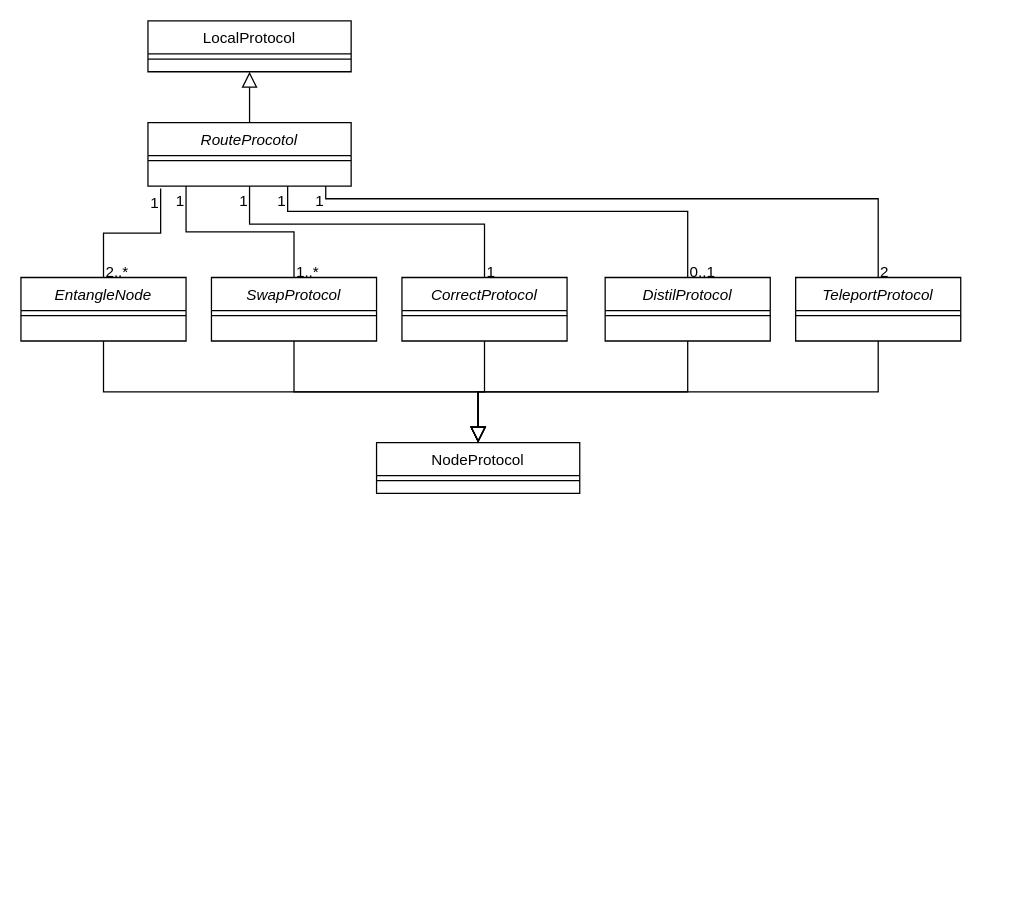
Before: Diagramas/Clase/Protocols.drawio in davidpcuvigo/quantumcity, a draw.io diagram. Source tidied: cells renumbered, new cells numbered last; positions are measured from the earlier drawing's top-left corner, leaving out a move shared by most shapes. Both pictures are drawn from the tidied source at 127%, with x=0, y=0 at pixel (20, 20).
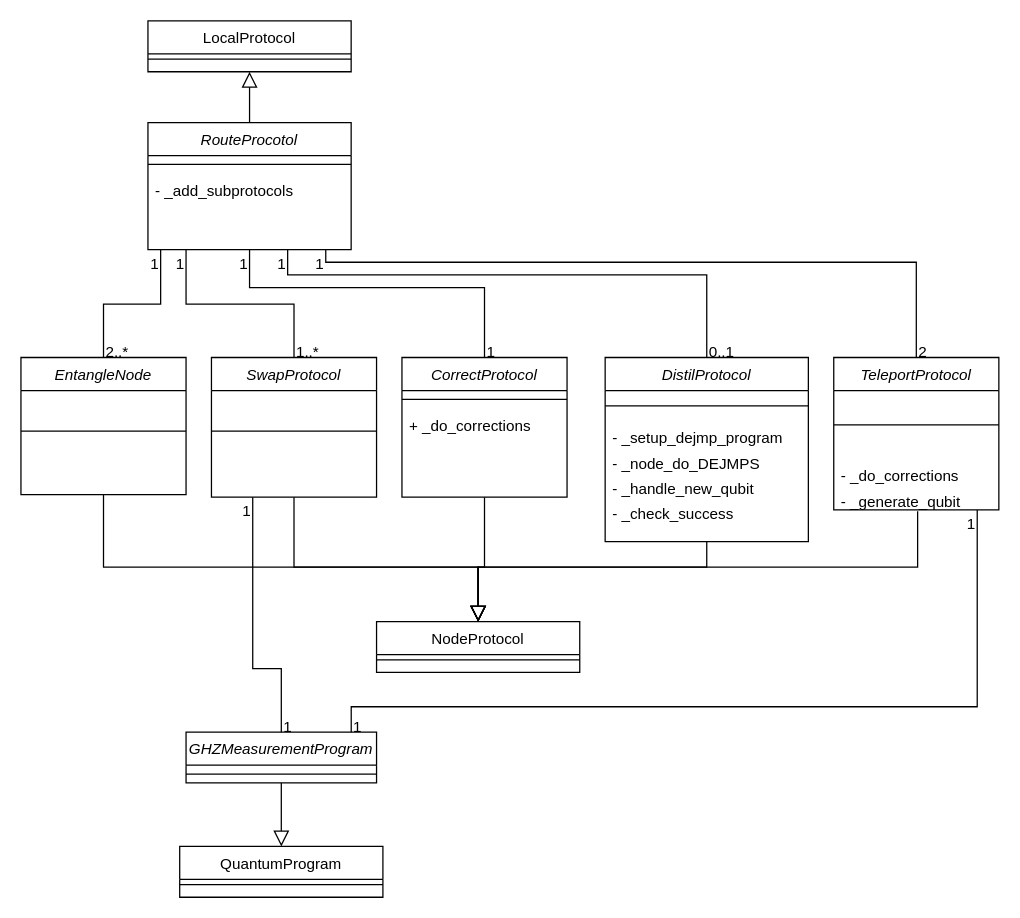
The same page after the edit.

Commit message (it also covers changes not shown here):
Diagramas de clase

Diff of the diagram source:
```diff
@@
     <mxCell id="2" value="RouteProcotol" style="swimlane;fontStyle=2;align=center;verticalAlign=top;horizontal=1;startSize=26;rounded=0;shadow=0;strokeWidth=1;" parent="1" vertex="1">
-      <mxGeometry x="100" y="80" width="160" height="50" as="geometry" />
+      <mxGeometry x="100" y="80" width="160" height="100" as="geometry" />
     </mxCell>
     <mxCell id="3" style="line;html=1;strokeWidth=1;align=left;verticalAlign=middle;spacingTop=-1;spacingLeft=3;spacingRight=3;labelPosition=right;" parent="2" vertex="1">
-      <mxGeometry y="26" width="160" height="8" as="geometry" />
+      <mxGeometry y="26" width="160" height="14" as="geometry" />
     </mxCell>
+    <mxCell id="39" value="- _add_subprotocols" style="text;align=left;verticalAlign=top;spacingLeft=4;spacingRight=4;overflow=hidden;" parent="2" vertex="1">
+      <mxGeometry y="40" width="160" height="20" as="geometry" />
+    </mxCell>
@@
     <mxCell id="6" value="NodeProtocol" style="swimlane;fontStyle=0;align=center;verticalAlign=top;horizontal=1;startSize=26;rounded=0;shadow=0;strokeWidth=1;" parent="1" vertex="1">
-      <mxGeometry x="280" y="332" width="160" height="40" as="geometry" />
+      <mxGeometry x="280" y="473" width="160" height="40" as="geometry" />
     </mxCell>
@@
     <mxCell id="8" value="EntangleNode" style="swimlane;fontStyle=2;align=center;verticalAlign=top;horizontal=1;startSize=26;rounded=0;shadow=0;strokeWidth=1;" parent="1" vertex="1">
-      <mxGeometry y="202" width="130" height="50" as="geometry" />
+      <mxGeometry y="265" width="130" height="108" as="geometry" />
     </mxCell>
     <mxCell id="9" style="line;html=1;strokeWidth=1;align=left;verticalAlign=middle;spacingTop=-1;spacingLeft=3;spacingRight=3;labelPosition=right;" parent="8" vertex="1">
-      <mxGeometry y="26" width="130" height="8" as="geometry" />
+      <mxGeometry y="26" width="130" height="64" as="geometry" />
     </mxCell>
     <mxCell id="10" value="SwapProtocol" style="swimlane;fontStyle=2;align=center;verticalAlign=top;horizontal=1;startSize=26;rounded=0;shadow=0;strokeWidth=1;" parent="1" vertex="1">
-      <mxGeometry x="150" y="202" width="130" height="50" as="geometry" />
+      <mxGeometry x="150" y="265" width="130" height="110" as="geometry" />
     </mxCell>
     <mxCell id="11" style="line;html=1;strokeWidth=1;align=left;verticalAlign=middle;spacingTop=-1;spacingLeft=3;spacingRight=3;labelPosition=right;" parent="10" vertex="1">
-      <mxGeometry y="26" width="130" height="8" as="geometry" />
+      <mxGeometry y="26" width="130" height="64" as="geometry" />
     </mxCell>
     <mxCell id="12" value="CorrectProtocol" style="swimlane;fontStyle=2;align=center;verticalAlign=top;horizontal=1;startSize=26;rounded=0;shadow=0;strokeWidth=1;" parent="1" vertex="1">
-      <mxGeometry x="300" y="202" width="130" height="50" as="geometry" />
+      <mxGeometry x="300" y="265" width="130" height="110" as="geometry" />
     </mxCell>
     <mxCell id="13" style="line;html=1;strokeWidth=1;align=left;verticalAlign=middle;spacingTop=-1;spacingLeft=3;spacingRight=3;labelPosition=right;" parent="12" vertex="1">
-      <mxGeometry y="26" width="130" height="8" as="geometry" />
+      <mxGeometry y="26" width="130" height="14" as="geometry" />
     </mxCell>
+    <mxCell id="40" value="+ _do_corrections" style="text;align=left;verticalAlign=top;spacingLeft=4;spacingRight=4;overflow=hidden;" parent="12" vertex="1">
+      <mxGeometry y="40" width="130" height="20" as="geometry" />
+    </mxCell>
     <mxCell id="14" value="DistilProtocol" style="swimlane;fontStyle=2;align=center;verticalAlign=top;horizontal=1;startSize=26;rounded=0;shadow=0;strokeWidth=1;" parent="1" vertex="1">
-      <mxGeometry x="460" y="202" width="130" height="50" as="geometry" />
+      <mxGeometry x="460" y="265" width="160" height="145" as="geometry" />
     </mxCell>
     <mxCell id="15" style="line;html=1;strokeWidth=1;align=left;verticalAlign=middle;spacingTop=-1;spacingLeft=3;spacingRight=3;labelPosition=right;" parent="14" vertex="1">
-      <mxGeometry y="26" width="130" height="8" as="geometry" />
+      <mxGeometry y="26" width="160" height="24" as="geometry" />
     </mxCell>
+    <mxCell id="41" value="- _setup_dejmp_program" style="text;align=left;verticalAlign=top;spacingLeft=4;spacingRight=4;overflow=hidden;" parent="14" vertex="1">
+      <mxGeometry y="50" width="160" height="20" as="geometry" />
+    </mxCell>
+    <mxCell id="42" value="- _node_do_DEJMPS" style="text;align=left;verticalAlign=top;spacingLeft=4;spacingRight=4;overflow=hidden;" parent="14" vertex="1">
+      <mxGeometry y="70" width="160" height="20" as="geometry" />
+    </mxCell>
+    <mxCell id="43" value="- _handle_new_qubit" style="text;align=left;verticalAlign=top;spacingLeft=4;spacingRight=4;overflow=hidden;" parent="14" vertex="1">
+      <mxGeometry y="90" width="160" height="20" as="geometry" />
+    </mxCell>
+    <mxCell id="44" value="- _check_success" style="text;align=left;verticalAlign=top;spacingLeft=4;spacingRight=4;overflow=hidden;" parent="14" vertex="1">
+      <mxGeometry y="110" width="160" height="20" as="geometry" />
+    </mxCell>
     <mxCell id="16" value="TeleportProtocol" style="swimlane;fontStyle=2;align=center;verticalAlign=top;horizontal=1;startSize=26;rounded=0;shadow=0;strokeWidth=1;" parent="1" vertex="1">
-      <mxGeometry x="610" y="202" width="130" height="50" as="geometry" />
+      <mxGeometry x="640" y="265" width="130" height="120" as="geometry" />
     </mxCell>
     <mxCell id="17" style="line;html=1;strokeWidth=1;align=left;verticalAlign=middle;spacingTop=-1;spacingLeft=3;spacingRight=3;labelPosition=right;" parent="16" vertex="1">
-      <mxGeometry y="26" width="130" height="8" as="geometry" />
+      <mxGeometry y="26" width="130" height="54" as="geometry" />
     </mxCell>
+    <mxCell id="45" value="- _do_corrections" style="text;align=left;verticalAlign=top;spacingLeft=4;spacingRight=4;overflow=hidden;" parent="16" vertex="1">
+      <mxGeometry y="80" width="130" height="20" as="geometry" />
+    </mxCell>
+    <mxCell id="46" value="- _generate_qubit" style="text;align=left;verticalAlign=top;spacingLeft=4;spacingRight=4;overflow=hidden;points=[[0,0.5],[1,0.5]];portConstraint=eastwest;" parent="16" vertex="1">
+      <mxGeometry y="100" width="130" height="20" as="geometry" />
+    </mxCell>
     <mxCell id="18" style="endArrow=block;endSize=10;endFill=0;shadow=0;strokeWidth=1;rounded=0;curved=0;edgeStyle=elbowEdgeStyle;elbow=vertical;exitX=0.5;exitY=1;exitDx=0;exitDy=0;entryX=0.5;entryY=0;entryDx=0;entryDy=0;" parent="1" edge="1" source="8" target="6">
       <mxGeometry relative="1" as="geometry">
         <Array as="points">
-          <mxPoint x="380" y="292" />
+          <mxPoint x="210" y="430" />
         </Array>
       </mxGeometry>
     </mxCell>
-    <mxCell id="19" style="endArrow=block;endSize=10;endFill=0;shadow=0;strokeWidth=1;rounded=0;curved=0;edgeStyle=elbowEdgeStyle;elbow=vertical;exitX=0.5;exitY=1;exitDx=0;exitDy=0;" parent="1" edge="1" source="10">
-      <mxGeometry relative="1" as="geometry">
-        <mxPoint x="360" y="332" as="targetPoint" />
-        <Array as="points">
-          <mxPoint x="290" y="292" />
-        </Array>
-      </mxGeometry>
-    </mxCell>
-    <mxCell id="20" style="endArrow=block;endSize=10;endFill=0;shadow=0;strokeWidth=1;rounded=0;curved=0;edgeStyle=elbowEdgeStyle;elbow=vertical;exitX=0.5;exitY=1;exitDx=0;exitDy=0;entryX=0.5;entryY=0;entryDx=0;entryDy=0;" parent="1" edge="1" source="12" target="6">
-      <mxGeometry relative="1" as="geometry" />
-    </mxCell>
-    <mxCell id="21" style="endArrow=block;endSize=10;endFill=0;shadow=0;strokeWidth=1;rounded=0;curved=0;edgeStyle=elbowEdgeStyle;elbow=vertical;exitX=0.5;exitY=1;exitDx=0;exitDy=0;" parent="1" edge="1" source="14">
-      <mxGeometry relative="1" as="geometry">
-        <mxPoint x="360" y="332" as="targetPoint" />
-      </mxGeometry>
-    </mxCell>
-    <mxCell id="22" style="endArrow=block;endSize=10;endFill=0;shadow=0;strokeWidth=1;rounded=0;curved=0;edgeStyle=elbowEdgeStyle;elbow=vertical;exitX=0.5;exitY=1;exitDx=0;exitDy=0;" parent="1" edge="1" source="16">
-      <mxGeometry relative="1" as="geometry">
-        <mxPoint x="360" y="332" as="targetPoint" />
-      </mxGeometry>
-    </mxCell>
     <mxCell id="23" style="endArrow=none;shadow=0;strokeWidth=1;rounded=0;curved=0;endFill=0;edgeStyle=elbowEdgeStyle;elbow=vertical;exitX=0.5;exitY=0;exitDx=0;exitDy=0;" parent="1" edge="1" source="8">
       <mxGeometry x="0.5" y="41" relative="1" as="geometry">
-        <mxPoint x="110" y="132" as="targetPoint" />
+        <mxPoint x="110" y="180" as="targetPoint" />
         <mxPoint x="-40" y="32" as="offset" />
       </mxGeometry>
     </mxCell>
@@
     <mxCell id="27" style="endArrow=none;shadow=0;strokeWidth=1;rounded=0;curved=0;endFill=0;edgeStyle=elbowEdgeStyle;elbow=vertical;exitX=0.5;exitY=0;exitDx=0;exitDy=0;" parent="1" edge="1" source="10">
       <mxGeometry x="0.5" y="41" relative="1" as="geometry">
-        <mxPoint x="130" y="130" as="targetPoint" />
+        <mxPoint x="130" y="180" as="targetPoint" />
         <mxPoint x="-40" y="32" as="offset" />
       </mxGeometry>
     </mxCell>
@@
-    <mxCell id="30" style="endArrow=none;shadow=0;strokeWidth=1;rounded=0;curved=0;endFill=0;edgeStyle=elbowEdgeStyle;elbow=vertical;exitX=0.5;exitY=0;exitDx=0;exitDy=0;entryX=0.5;entryY=1;entryDx=0;entryDy=0;" parent="1" edge="1" source="12" target="2">
+    <mxCell id="30" style="endArrow=none;shadow=0;strokeWidth=1;rounded=0;curved=0;endFill=0;edgeStyle=elbowEdgeStyle;elbow=vertical;exitX=0.5;exitY=0;exitDx=0;exitDy=0;" parent="1" edge="1" source="12">
       <mxGeometry x="0.5" y="41" relative="1" as="geometry">
+        <mxPoint x="180" y="180" as="targetPoint" />
         <Array as="points">
-          <mxPoint x="290" y="160" />
+          <mxPoint x="280" y="210" />
         </Array>
         <mxPoint x="-40" y="32" as="offset" />
       </mxGeometry>
     </mxCell>
@@
     <mxCell id="33" style="endArrow=none;shadow=0;strokeWidth=1;rounded=0;curved=0;endFill=0;edgeStyle=elbowEdgeStyle;elbow=vertical;exitX=0.5;exitY=0;exitDx=0;exitDy=0;" parent="1" edge="1" source="14">
       <mxGeometry x="0.5" y="41" relative="1" as="geometry">
-        <mxPoint x="210" y="130" as="targetPoint" />
+        <mxPoint x="210" y="180" as="targetPoint" />
         <Array as="points">
-          <mxPoint x="380" y="150" />
+          <mxPoint x="370" y="200" />
         </Array>
         <mxPoint x="-40" y="32" as="offset" />
       </mxGeometry>
     </mxCell>
@@
     <mxCell id="36" style="endArrow=none;shadow=0;strokeWidth=1;rounded=0;curved=0;endFill=0;edgeStyle=elbowEdgeStyle;elbow=vertical;exitX=0.5;exitY=0;exitDx=0;exitDy=0;" parent="1" edge="1" source="16">
       <mxGeometry x="0.5" y="41" relative="1" as="geometry">
-        <mxPoint x="240" y="130" as="targetPoint" />
+        <mxPoint x="240" y="180" as="targetPoint" />
         <Array as="points">
-          <mxPoint x="470" y="140" />
+          <mxPoint x="700" y="190" />
         </Array>
         <mxPoint x="-40" y="32" as="offset" />
       </mxGeometry>
     </mxCell>
@@
+    <mxCell id="47" value="GHZMeasurementProgram" style="swimlane;fontStyle=2;align=center;verticalAlign=top;horizontal=1;startSize=26;rounded=0;shadow=0;strokeWidth=1;" parent="1" vertex="1">
+      <mxGeometry x="130" y="560" width="150" height="40" as="geometry" />
+    </mxCell>
+    <mxCell id="48" style="line;html=1;strokeWidth=1;align=left;verticalAlign=middle;spacingTop=-1;spacingLeft=3;spacingRight=3;labelPosition=right;" parent="47" vertex="1">
+      <mxGeometry y="26" width="150" height="14" as="geometry" />
+    </mxCell>
+    <mxCell id="49" style="endArrow=none;shadow=0;strokeWidth=1;rounded=0;curved=0;endFill=0;edgeStyle=elbowEdgeStyle;elbow=vertical;entryX=0.25;entryY=1;entryDx=0;entryDy=0;exitX=0.5;exitY=0;exitDx=0;exitDy=0;" parent="1" edge="1" source="47" target="10">
+      <mxGeometry x="0.5" y="41" relative="1" as="geometry">
+        <Array as="points">
+          <mxPoint x="140" y="510" />
+        </Array>
+        <mxPoint x="-40" y="32" as="offset" />
+      </mxGeometry>
+    </mxCell>
+    <mxCell id="50" value="1" style="align=left;verticalAlign=bottom;labelBackgroundColor=none;fontSize=12;" parent="49" vertex="1">
+      <mxGeometry x="-1" relative="1" as="geometry">
+        <mxPoint y="4" as="offset" />
+      </mxGeometry>
+    </mxCell>
+    <mxCell id="51" value="1" style="align=right;verticalAlign=bottom;labelBackgroundColor=none;fontSize=12;" parent="49" vertex="1">
+      <mxGeometry x="1" relative="1" as="geometry">
+        <mxPoint y="20" as="offset" />
+      </mxGeometry>
+    </mxCell>
+    <mxCell id="52" style="endArrow=none;shadow=0;strokeWidth=1;rounded=0;curved=0;endFill=0;edgeStyle=elbowEdgeStyle;elbow=vertical;entryX=0.869;entryY=1;entryDx=0;entryDy=0;exitX=0.867;exitY=0;exitDx=0;exitDy=0;entryPerimeter=0;exitPerimeter=0;" parent="1" edge="1" source="47" target="46">
+      <mxGeometry x="0.5" y="41" relative="1" as="geometry">
+        <Array as="points">
+          <mxPoint x="500" y="540" />
+        </Array>
+        <mxPoint x="-40" y="32" as="offset" />
+      </mxGeometry>
+    </mxCell>
+    <mxCell id="53" value="1" style="align=left;verticalAlign=bottom;labelBackgroundColor=none;fontSize=12;" parent="52" vertex="1">
+      <mxGeometry x="-1" relative="1" as="geometry">
+        <mxPoint y="4" as="offset" />
+      </mxGeometry>
+    </mxCell>
+    <mxCell id="54" value="1" style="align=right;verticalAlign=bottom;labelBackgroundColor=none;fontSize=12;" parent="52" vertex="1">
+      <mxGeometry x="1" relative="1" as="geometry">
+        <mxPoint y="20" as="offset" />
+      </mxGeometry>
+    </mxCell>
+    <mxCell id="20" style="endArrow=block;endSize=10;endFill=0;shadow=0;strokeWidth=1;rounded=0;curved=0;edgeStyle=elbowEdgeStyle;elbow=vertical;exitX=0.5;exitY=1;exitDx=0;exitDy=0;entryX=0.5;entryY=0;entryDx=0;entryDy=0;" parent="1" edge="1" source="12" target="6">
+      <mxGeometry relative="1" as="geometry">
+        <Array as="points">
+          <mxPoint x="350" y="430" />
+        </Array>
+      </mxGeometry>
+    </mxCell>
+    <mxCell id="55" style="endArrow=block;endSize=10;endFill=0;shadow=0;strokeWidth=1;rounded=0;curved=0;edgeStyle=elbowEdgeStyle;elbow=vertical;exitX=0.5;exitY=1;exitDx=0;exitDy=0;entryX=0.5;entryY=0;entryDx=0;entryDy=0;" parent="1" edge="1" source="14" target="6">
+      <mxGeometry relative="1" as="geometry">
+        <Array as="points">
+          <mxPoint x="360" y="430" />
+        </Array>
+      </mxGeometry>
+    </mxCell>
+    <mxCell id="56" style="endArrow=block;endSize=10;endFill=0;shadow=0;strokeWidth=1;rounded=0;curved=0;edgeStyle=elbowEdgeStyle;elbow=vertical;exitX=0.5;exitY=1;exitDx=0;exitDy=0;entryX=0.5;entryY=0;entryDx=0;entryDy=0;" parent="1" edge="1" source="10" target="6">
+      <mxGeometry relative="1" as="geometry">
+        <Array as="points">
+          <mxPoint x="290" y="430" />
+        </Array>
+      </mxGeometry>
+    </mxCell>
+    <mxCell id="57" style="endArrow=block;endSize=10;endFill=0;shadow=0;strokeWidth=1;rounded=0;curved=0;edgeStyle=elbowEdgeStyle;elbow=vertical;exitX=0.508;exitY=1.05;exitDx=0;exitDy=0;entryX=0.5;entryY=0;entryDx=0;entryDy=0;exitPerimeter=0;" parent="1" edge="1" source="46" target="6">
+      <mxGeometry relative="1" as="geometry">
+        <Array as="points">
+          <mxPoint x="510" y="430" />
+        </Array>
+      </mxGeometry>
+    </mxCell>
+    <mxCell id="58" value="QuantumProgram" style="swimlane;fontStyle=0;align=center;verticalAlign=top;horizontal=1;startSize=26;rounded=0;shadow=0;strokeWidth=1;" parent="1" vertex="1">
+      <mxGeometry x="125" y="650" width="160" height="40" as="geometry" />
+    </mxCell>
+    <mxCell id="59" style="line;html=1;strokeWidth=1;align=left;verticalAlign=middle;spacingTop=-1;spacingLeft=3;spacingRight=3;labelPosition=right;" parent="58" vertex="1">
+      <mxGeometry y="26" width="160" height="8" as="geometry" />
+    </mxCell>
+    <mxCell id="60" style="endArrow=block;endSize=10;endFill=0;shadow=0;strokeWidth=1;rounded=0;curved=0;edgeStyle=elbowEdgeStyle;elbow=vertical;exitX=0.5;exitY=1;exitDx=0;exitDy=0;entryX=0.5;entryY=0;entryDx=0;entryDy=0;" parent="1" edge="1" source="47" target="58">
+      <mxGeometry relative="1" as="geometry">
+        <Array as="points">
+          <mxPoint x="220" y="620" />
+        </Array>
+      </mxGeometry>
+    </mxCell>
```
